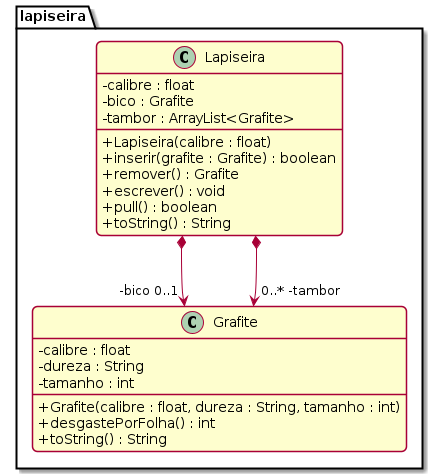
Before: trabalhos/06_2/diagrama.png, a diagram exported from PlantUML (Atilio-Luiz/poo_es_2021). The source it was exported from:
```plantuml
@startuml diagrama
!theme resume-light
skinparam classAttributeIconSize 0
hide empty methods
hide empty attributes
skinparam nodesep 100
skinparam ranksep 70
package lapiseira {
class Lapiseira {
    - calibre : float
    - bico : Grafite
    - tambor : ArrayList<Grafite>

    + Lapiseira(calibre : float)
    + inserir(grafite : Grafite) : boolean
    + remover() : Grafite
    + escrever() : void
    + pull() : boolean
    + toString() : String
}
class Grafite {
    - calibre : float
    - dureza : String
    - tamanho : int

    + Grafite(calibre : float, dureza : String, tamanho : int)
    + desgastePorFolha() : int
    + toString() : String
}
}
Lapiseira *--> "-bico 0..1" Grafite
Lapiseira *--> "0..* -tambor" Grafite
@enduml
```
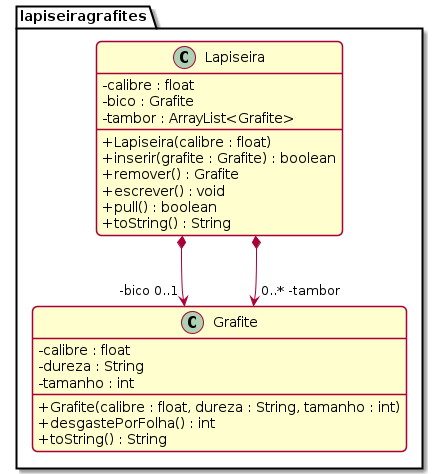
The same diagram one commit later.

Commit message:
Adição de atividade

Change to the diagram source:
```diff
@@ -5,7 +5,7 @@
 hide empty attributes
 skinparam nodesep 100
 skinparam ranksep 70
-package lapiseira {
+package lapiseiragrafites {
 class Lapiseira {
     - calibre : float
     - bico : Grafite
```
